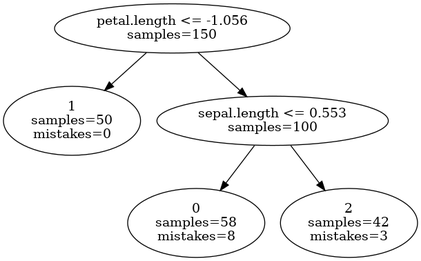
The Graphviz diagram test.gv.png in charlesziegenbeinjr/573TermProject, before a commit. Its source is kept beside it as test.gv. Its diagram source:
```dot
digraph ClusteringTree {
n_0 [label="petal.length <= -1.056
samples=\150"];
n_1 [label="1
samples=\50
mistakes=\0"];
n_2 [label="sepal.length <= 0.553
samples=\100"];
n_3 [label="0
samples=\58
mistakes=\8"];
n_4 [label="2
samples=\42
mistakes=\3"];
n_0 -> n_1;
n_0 -> n_2;
n_2 -> n_3;
n_2 -> n_4;
}
```
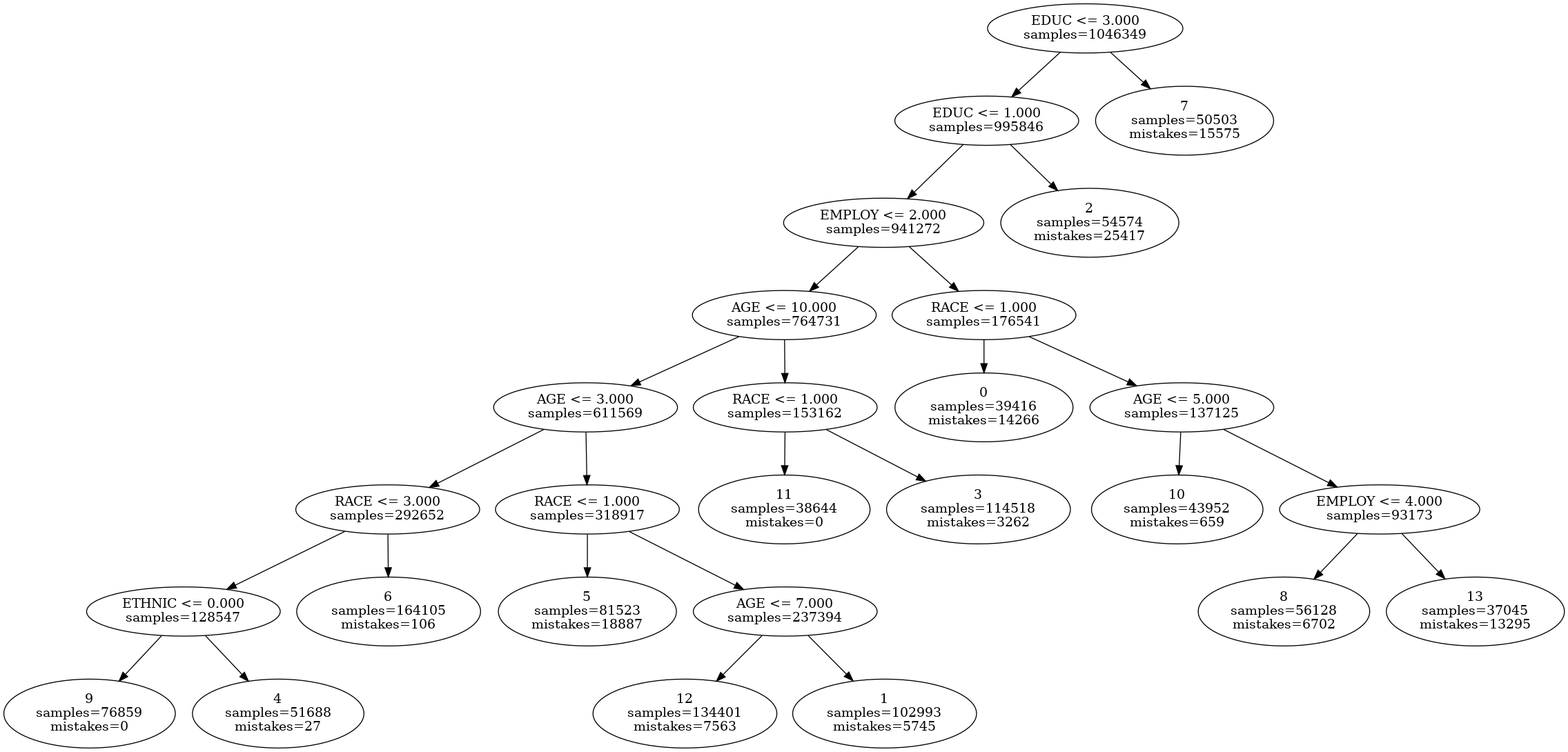
The same diagram one commit later.

What changed in the source:
```diff
@@ -1,19 +1,96 @@
 digraph ClusteringTree {
-n_0 [label="petal.length <= -1.056
-samples=\150"];
-n_1 [label="1
-samples=\50
+n_0 [label="EDUC <= 3.000
+samples=\1046349"];
+n_1 [label="EDUC <= 1.000
+samples=\995846"];
+n_2 [label="7
+samples=\50503
+mistakes=\15575"];
+n_3 [label="EMPLOY <= 2.000
+samples=\941272"];
+n_4 [label="2
+samples=\54574
+mistakes=\25417"];
+n_5 [label="AGE <= 10.000
+samples=\764731"];
+n_6 [label="RACE <= 1.000
+samples=\176541"];
+n_7 [label="AGE <= 3.000
+samples=\611569"];
+n_8 [label="RACE <= 1.000
+samples=\153162"];
+n_9 [label="0
+samples=\39416
+mistakes=\14266"];
+n_10 [label="AGE <= 5.000
+samples=\137125"];
+n_11 [label="RACE <= 3.000
+samples=\292652"];
+n_12 [label="RACE <= 1.000
+samples=\318917"];
+n_13 [label="11
+samples=\38644
 mistakes=\0"];
-n_2 [label="sepal.length <= 0.553
-samples=\100"];
-n_3 [label="0
-samples=\58
-mistakes=\8"];
-n_4 [label="2
-samples=\42
-mistakes=\3"];
+n_14 [label="3
+samples=\114518
+mistakes=\3262"];
+n_15 [label="10
+samples=\43952
+mistakes=\659"];
+n_16 [label="EMPLOY <= 4.000
+samples=\93173"];
+n_17 [label="ETHNIC <= 0.000
+samples=\128547"];
+n_18 [label="6
+samples=\164105
+mistakes=\106"];
+n_19 [label="5
+samples=\81523
+mistakes=\18887"];
+n_20 [label="AGE <= 7.000
+samples=\237394"];
+n_21 [label="8
+samples=\56128
+mistakes=\6702"];
+n_22 [label="13
+samples=\37045
+mistakes=\13295"];
+n_23 [label="9
+samples=\76859
+mistakes=\0"];
+n_24 [label="4
+samples=\51688
+mistakes=\27"];
+n_25 [label="12
+samples=\134401
+mistakes=\7563"];
+n_26 [label="1
+samples=\102993
+mistakes=\5745"];
 n_0 -> n_1;
 n_0 -> n_2;
-n_2 -> n_3;
-n_2 -> n_4;
+n_1 -> n_3;
+n_1 -> n_4;
+n_3 -> n_5;
+n_3 -> n_6;
+n_5 -> n_7;
+n_5 -> n_8;
+n_6 -> n_9;
+n_6 -> n_10;
+n_7 -> n_11;
+n_7 -> n_12;
+n_8 -> n_13;
+n_8 -> n_14;
+n_10 -> n_15;
+n_10 -> n_16;
+n_11 -> n_17;
+n_11 -> n_18;
+n_12 -> n_19;
+n_12 -> n_20;
+n_16 -> n_21;
+n_16 -> n_22;
+n_17 -> n_23;
+n_17 -> n_24;
+n_20 -> n_25;
+n_20 -> n_26;
 }
```
